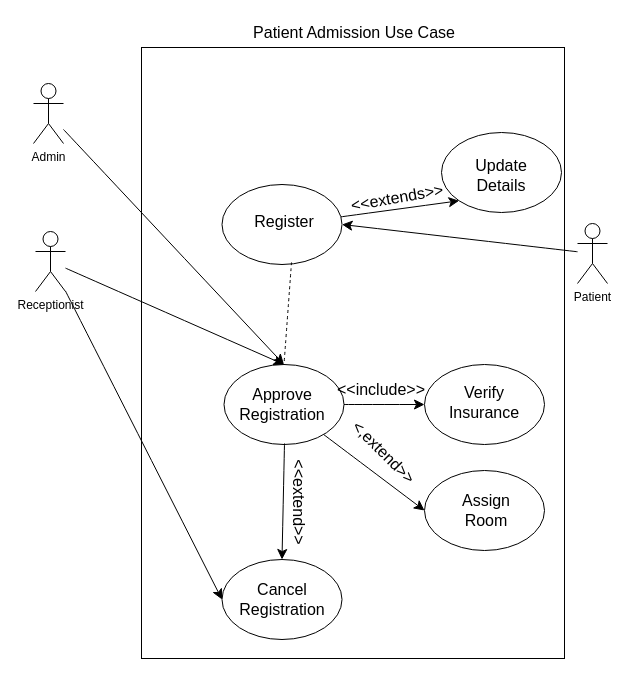
The draw.io diagram page "Page-2" (2 of 2) of UseCaseDiagram.drawio in samoc2023/WebFrameWorkTest, before the edit. Source tidied: cells renumbered, new cells numbered last; positions are measured from the earlier drawing's top-left corner, leaving out a move shared by most shapes. Both pictures are drawn from the tidied source at 100%, with x=0, y=0 at pixel (33, 17).
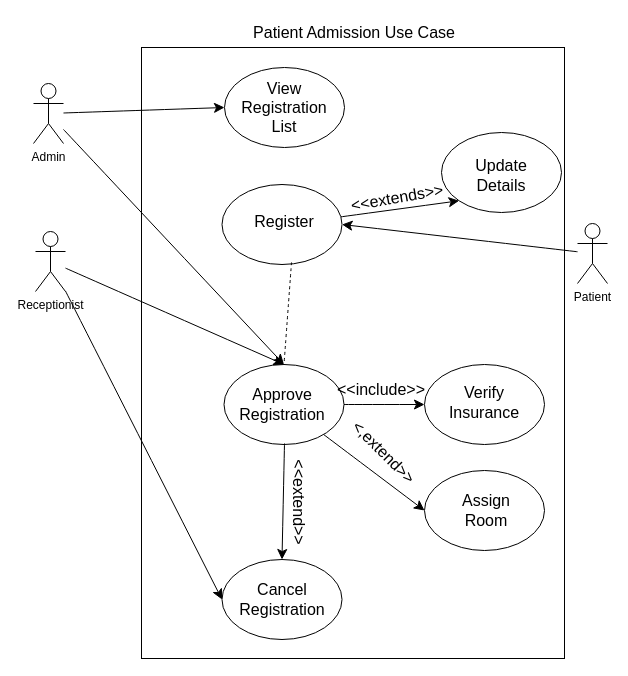
The same diagram, later.

Unchanged cells that the change refers to:
```xml
<mxCell id="14" value="Admin" style="shape=umlActor;verticalLabelPosition=bottom;verticalAlign=top;html=1;outlineConnect=0;" parent="1" vertex="1">
  <mxGeometry y="66" width="30" height="60" as="geometry" />
</mxCell>
```

Diff of the diagram source:
```diff
@@
+    <mxCell id="32" style="edgeStyle=none;curved=1;rounded=0;jettySize=auto;html=1;entryX=0;entryY=0.5;entryDx=0;entryDy=0;fontSize=12;startSize=8;endSize=8;" parent="1" edge="1" source="14" target="33">
+      <mxGeometry relative="1" as="geometry" />
+    </mxCell>
@@
+    <mxCell id="33" style="ellipse;whiteSpace=wrap;html=1;" parent="1" vertex="1">
+      <mxGeometry x="191" y="50" width="120" height="80" as="geometry" />
+    </mxCell>
+    <mxCell id="34" value="View Registration List" style="text;html=1;align=center;verticalAlign=middle;whiteSpace=wrap;rounded=0;fontSize=16;" parent="1" vertex="1">
+      <mxGeometry x="220.5" y="75" width="60" height="30" as="geometry" />
+    </mxCell>
```
